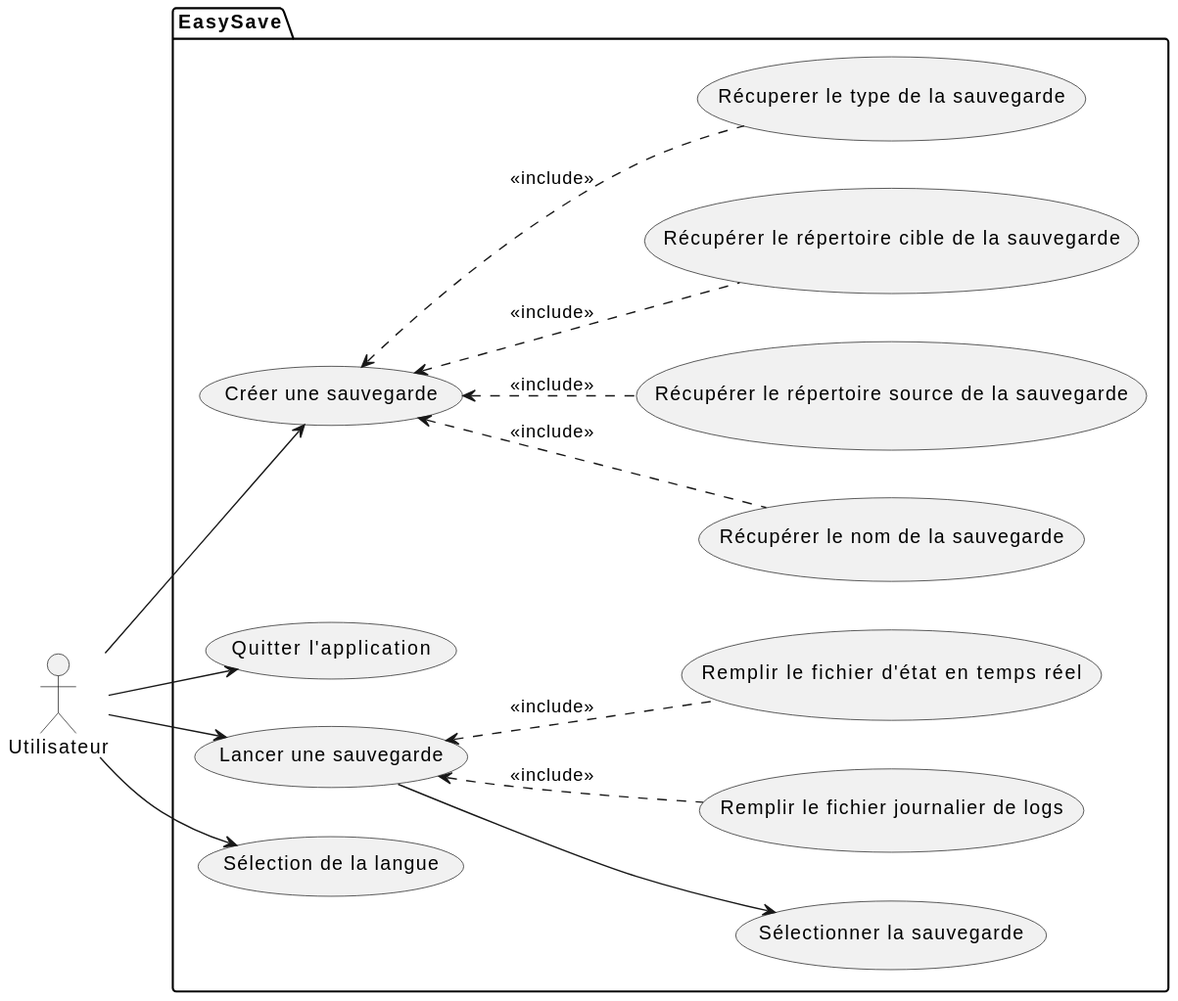
Before: UML/output/UseCaseDiagram.svg, a diagram exported from PlantUML (Melvin-Menanteau/EasySave).
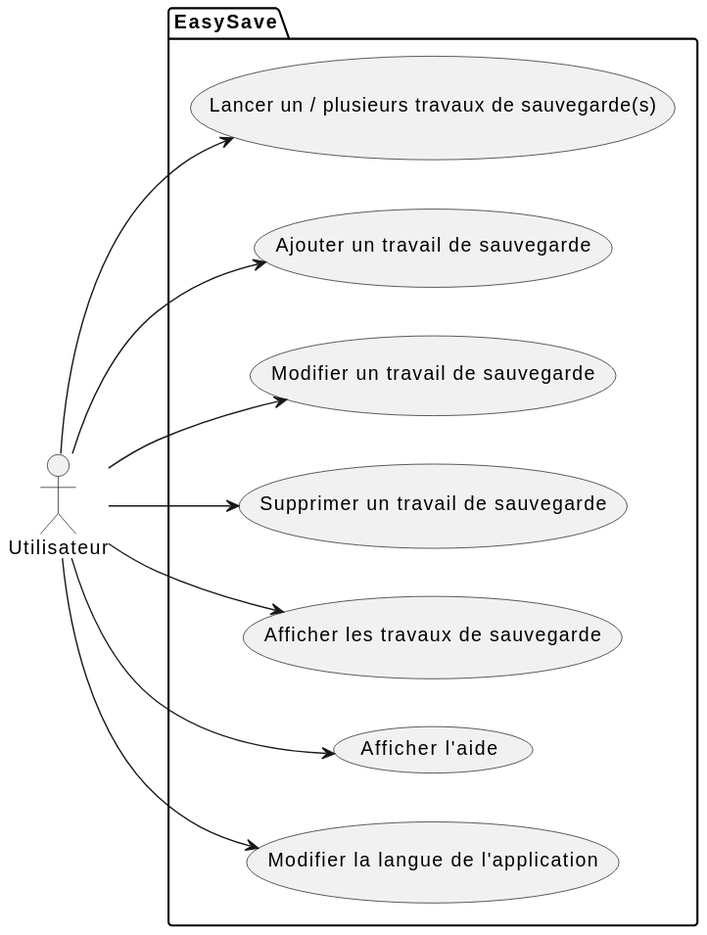
After the change.

Change to the diagram source:
```diff
@@ -4,31 +4,20 @@
 actor Utilisateur as user
 
 package EasySave {
-  usecase "Créer une sauvegarde" as uc1
-  usecase "Récupérer le nom de la sauvegarde" as uc7
-  usecase "Récupérer le répertoire source de la sauvegarde" as uc8
-  usecase "Récupérer le répertoire cible de la sauvegarde" as uc9
-  usecase "Récuperer le type de la sauvegarde" as uc10
-  usecase "Quitter l'application" as uc6
-  usecase "Lancer une sauvegarde" as uc2
-  usecase "Sélectionner la sauvegarde" as uc3
-  usecase "Remplir le fichier journalier de logs" as uc4
-  usecase "Remplir le fichier d'état en temps réel" as uc5
-  usecase "Sélection de la langue" as uc11
+    usecase "Lancer un / plusieurs travaux de sauvegarde(s)" as UC_Lancer
+    usecase "Ajouter un travail de sauvegarde" as UC_Creer
+    usecase "Modifier un travail de sauvegarde" as UC_Modifier
+    usecase "Supprimer un travail de sauvegarde" as UC_Supprimer
+    usecase "Afficher les travaux de sauvegarde" as UC_Afficher
+    usecase "Afficher l'aide" as UC_Aide
+    usecase "Modifier la langue de l'application" as UC_Langue
 }
 
-user --> uc1
-user --> uc11
-
-uc1 <-. uc7 : <<include>>
-uc1 <-. uc8 : <<include>>
-uc1 <-. uc9 : <<include>>
-uc1 <-. uc10 : <<include>>
-
-user --> uc6
-user --> uc2
-
-uc2 --> uc3
-uc2 <-. uc4 : <<include>>
-uc2 <-. uc5 : <<include>>
+user --> UC_Lancer
+user --> UC_Creer
+user --> UC_Modifier
+user --> UC_Supprimer
+user --> UC_Afficher
+user --> UC_Aide
+user --> UC_Langue
 @enduml
```
